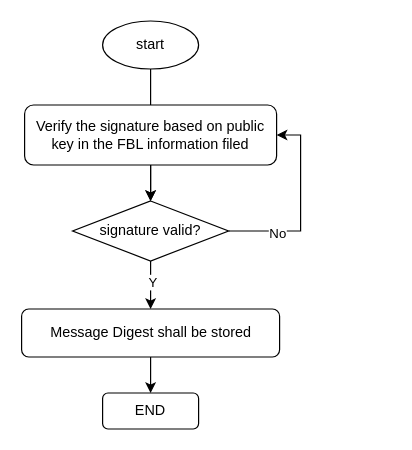
The draw.io diagram Untitled Diagram.drawio in YuzhouYe/peb, before the edit. Source tidied: cells renumbered, new cells numbered last; positions are measured from the earlier drawing's top-left corner, leaving out a move shared by most shapes. Both pictures are drawn from the tidied source at 120%, with x=0, y=0 at pixel (20, 20).
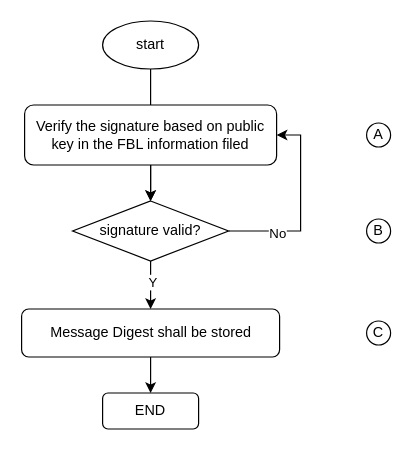
Above is the later version.

Commit message:
update signature process

What changed in the source:
```diff
@@
 <mxGraphModel>
   <root>
     <mxCell id="0" />
     <mxCell id="1" parent="0" />
     <mxCell id="2" style="edgeStyle=orthogonalEdgeStyle;rounded=0;jettySize=auto;html=1;" parent="1" edge="1" source="3" target="10">
       <mxGeometry relative="1" as="geometry" />
     </mxCell>
     <mxCell id="3" value="start" style="ellipse;whiteSpace=wrap;html=1;" parent="1" vertex="1">
       <mxGeometry x="68" width="80" height="40" as="geometry" />
     </mxCell>
     <mxCell id="4" style="edgeStyle=orthogonalEdgeStyle;rounded=0;jettySize=auto;html=1;" parent="1" edge="1" source="5" target="10">
       <mxGeometry relative="1" as="geometry" />
     </mxCell>
     <mxCell id="5" value="Verify the signature based on public key in the FBL information filed" style="rounded=1;whiteSpace=wrap;html=1;" parent="1" vertex="1">
       <mxGeometry x="3" y="70" width="210" height="50" as="geometry" />
     </mxCell>
     <mxCell id="6" style="edgeStyle=orthogonalEdgeStyle;rounded=0;jettySize=auto;html=1;entryX=1;entryY=0.5;entryDx=0;entryDy=0;" parent="1" edge="1" source="10" target="5">
       <mxGeometry relative="1" as="geometry">
         <Array as="points">
           <mxPoint x="233" y="175" />
           <mxPoint x="233" y="95" />
         </Array>
       </mxGeometry>
     </mxCell>
     <mxCell id="7" value="No" style="edgeLabel;html=1;align=center;verticalAlign=middle;" parent="6" vertex="1">
       <mxGeometry x="-0.5" y="-1" relative="1" as="geometry" />
     </mxCell>
     <mxCell id="8" style="edgeStyle=orthogonalEdgeStyle;rounded=0;jettySize=auto;html=1;" parent="1" edge="1" source="10" target="12">
       <mxGeometry relative="1" as="geometry" />
     </mxCell>
     <mxCell id="9" value="Y" style="edgeLabel;html=1;align=center;verticalAlign=middle;" parent="8" vertex="1">
       <mxGeometry x="-0.15" y="1" relative="1" as="geometry" />
     </mxCell>
     <mxCell id="10" value="signature valid?" style="rhombus;whiteSpace=wrap;html=1;" parent="1" vertex="1">
       <mxGeometry x="43" y="150" width="130" height="50" as="geometry" />
     </mxCell>
     <mxCell id="11" style="edgeStyle=orthogonalEdgeStyle;rounded=0;jettySize=auto;html=1;" parent="1" edge="1" source="12" target="13">
       <mxGeometry relative="1" as="geometry" />
     </mxCell>
     <mxCell id="12" value="Message Digest shall be stored" style="rounded=1;whiteSpace=wrap;html=1;" parent="1" vertex="1">
       <mxGeometry x="0.5" y="240" width="215" height="40" as="geometry" />
     </mxCell>
     <mxCell id="13" value="END" style="rounded=1;whiteSpace=wrap;html=1;" parent="1" vertex="1">
       <mxGeometry x="68" y="310" width="80" height="30" as="geometry" />
     </mxCell>
+    <mxCell id="14" value="A" style="ellipse;whiteSpace=wrap;html=1;" parent="1" vertex="1">
+      <mxGeometry x="288" y="85" width="20" height="20" as="geometry" />
+    </mxCell>
+    <mxCell id="15" value="B" style="ellipse;whiteSpace=wrap;html=1;" parent="1" vertex="1">
+      <mxGeometry x="288" y="165" width="20" height="20" as="geometry" />
+    </mxCell>
+    <mxCell id="16" value="C" style="ellipse;whiteSpace=wrap;html=1;" parent="1" vertex="1">
+      <mxGeometry x="288" y="250" width="20" height="20" as="geometry" />
+    </mxCell>
   </root>
 </mxGraphModel>
```
